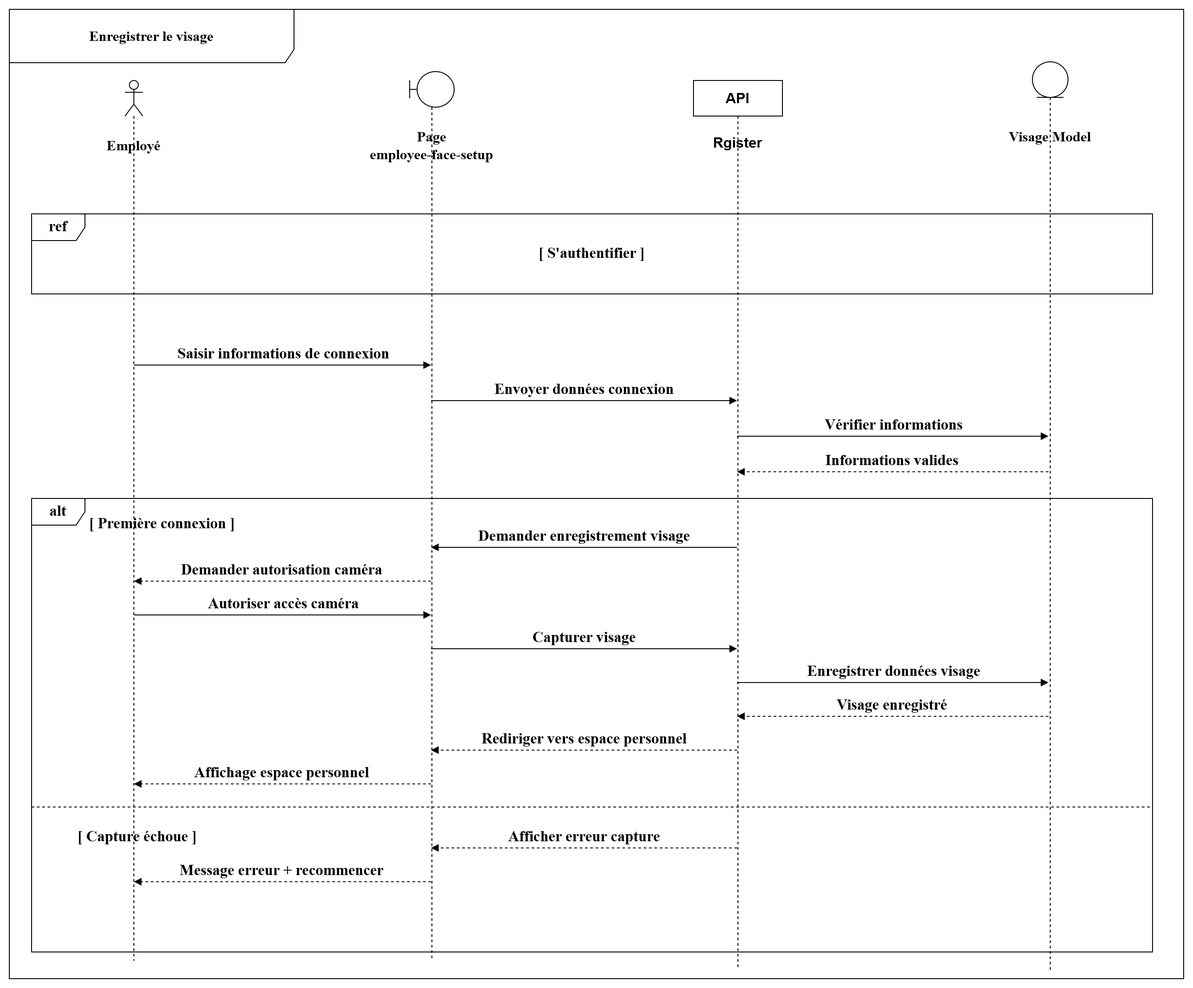
The draw.io diagram projet/images/digf/ss2/enregister_visage.png in louu7895/pfe, before a commit. Source tidied: cells renumbered, new cells last; positions are measured from the earlier drawing's top-left corner, leaving out a move shared by most shapes.
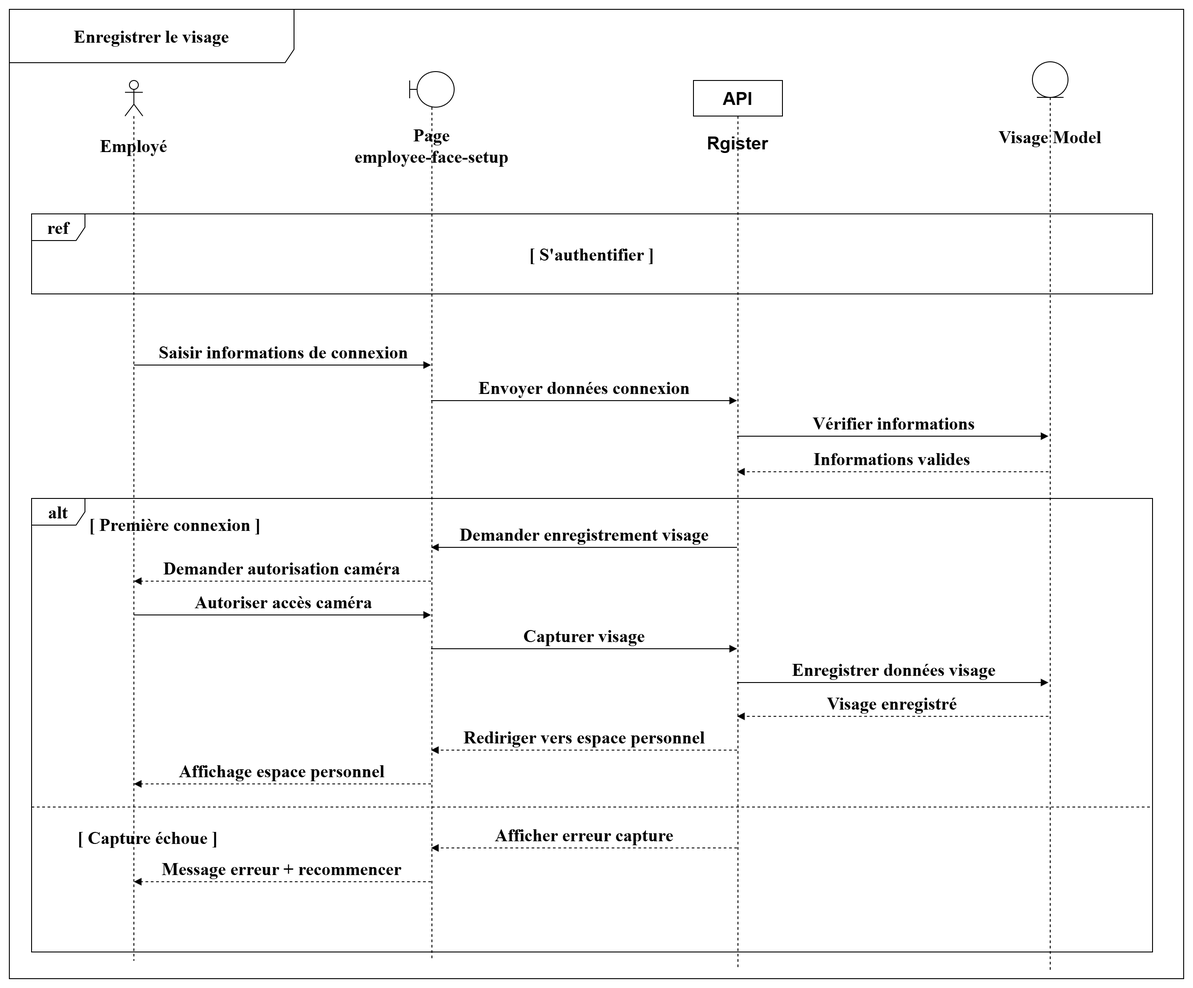
Later version of the same file.

The edit, as a diff of the source:
```diff
@@ -2,133 +2,133 @@
   <root>
     <mxCell id="0" />
     <mxCell id="1" parent="0" />
-    <mxCell id="2" style="shape=umlLifeline;perimeter=lifelinePerimeter;whiteSpace=wrap;html=1;newEdgeStyle={&quot;curved&quot;:0,&quot;rounded&quot;:0};participant=umlActor;fontSize=16;fontFamily=Times New Roman;fontStyle=1;" parent="1" vertex="1">
+    <mxCell id="2" style="shape=umlLifeline;perimeter=lifelinePerimeter;whiteSpace=wrap;html=1;newEdgeStyle={&quot;curved&quot;:0,&quot;rounded&quot;:0};participant=umlActor;fontSize=20;fontFamily=Times New Roman;fontStyle=1;" parent="1" vertex="1">
       <mxGeometry x="130" y="80" width="20" height="990" as="geometry" />
     </mxCell>
-    <mxCell id="3" style="shape=umlLifeline;perimeter=lifelinePerimeter;whiteSpace=wrap;html=1;newEdgeStyle={&quot;curved&quot;:0,&quot;rounded&quot;:0};participant=umlBoundary;fontSize=16;fontFamily=Times New Roman;fontStyle=1;" parent="1" vertex="1">
+    <mxCell id="3" style="shape=umlLifeline;perimeter=lifelinePerimeter;whiteSpace=wrap;html=1;newEdgeStyle={&quot;curved&quot;:0,&quot;rounded&quot;:0};participant=umlBoundary;fontSize=20;fontFamily=Times New Roman;fontStyle=1;" parent="1" vertex="1">
       <mxGeometry x="450" y="70" width="50" height="1000" as="geometry" />
     </mxCell>
-    <mxCell id="4" style="shape=umlLifeline;perimeter=lifelinePerimeter;whiteSpace=wrap;html=1;newEdgeStyle={&quot;curved&quot;:0,&quot;rounded&quot;:0};participant=umlEntity;fontSize=16;fontFamily=Times New Roman;fontStyle=1;" parent="1" vertex="1">
+    <mxCell id="4" style="shape=umlLifeline;perimeter=lifelinePerimeter;whiteSpace=wrap;html=1;newEdgeStyle={&quot;curved&quot;:0,&quot;rounded&quot;:0};participant=umlEntity;fontSize=20;fontFamily=Times New Roman;fontStyle=1;" parent="1" vertex="1">
       <mxGeometry x="1150" y="59" width="40" height="1021" as="geometry" />
     </mxCell>
-    <mxCell id="5" value="Employé" style="text;html=1;whiteSpace=wrap;strokeColor=none;fillColor=none;align=center;verticalAlign=middle;rounded=0;fontSize=16;fontStyle=1;fontFamily=Times New Roman;" parent="1" vertex="1">
+    <mxCell id="5" value="Employé" style="text;html=1;whiteSpace=wrap;strokeColor=none;fillColor=none;align=center;verticalAlign=middle;rounded=0;fontSize=20;fontStyle=1;fontFamily=Times New Roman;" parent="1" vertex="1">
       <mxGeometry x="75" y="140" width="130" height="25" as="geometry" />
     </mxCell>
-    <mxCell id="6" value="Page&lt;div&gt;employee-face-setup&lt;/div&gt;" style="text;html=1;whiteSpace=wrap;strokeColor=none;fillColor=none;align=center;verticalAlign=middle;rounded=0;fontSize=16;fontStyle=1;fontFamily=Times New Roman;" parent="1" vertex="1">
+    <mxCell id="6" value="Page&lt;div&gt;employee-face-setup&lt;/div&gt;" style="text;html=1;whiteSpace=wrap;strokeColor=none;fillColor=none;align=center;verticalAlign=middle;rounded=0;fontSize=20;fontStyle=1;fontFamily=Times New Roman;" parent="1" vertex="1">
       <mxGeometry x="350" y="140" width="250" height="25" as="geometry" />
     </mxCell>
-    <mxCell id="7" value="Visage Model" style="text;html=1;whiteSpace=wrap;strokeColor=none;fillColor=none;align=center;verticalAlign=middle;rounded=0;fontSize=16;fontStyle=1;fontFamily=Times New Roman;" parent="1" vertex="1">
+    <mxCell id="7" value="Visage Model" style="text;html=1;whiteSpace=wrap;strokeColor=none;fillColor=none;align=center;verticalAlign=middle;rounded=0;fontSize=20;fontStyle=1;fontFamily=Times New Roman;" parent="1" vertex="1">
       <mxGeometry x="1105" y="130" width="130" height="25" as="geometry" />
     </mxCell>
-    <mxCell id="8" value="Enregistrer le visage" style="shape=umlFrame;whiteSpace=wrap;html=1;width=320;height=60;fontSize=16;fontFamily=Times New Roman;fontStyle=1;" parent="1" vertex="1">
+    <mxCell id="8" value="Enregistrer le visage" style="shape=umlFrame;whiteSpace=wrap;html=1;width=320;height=60;fontSize=20;fontFamily=Times New Roman;fontStyle=1;" parent="1" vertex="1">
       <mxGeometry width="1320" height="1090" as="geometry" />
     </mxCell>
-    <mxCell id="9" value="ref" style="shape=umlFrame;whiteSpace=wrap;html=1;fontSize=17;fontFamily=Times New Roman;fontStyle=1;" parent="1" vertex="1">
+    <mxCell id="9" value="ref" style="shape=umlFrame;whiteSpace=wrap;html=1;fontSize=20;fontFamily=Times New Roman;fontStyle=1;" parent="1" vertex="1">
       <mxGeometry x="25" y="230" width="1260" height="90" as="geometry" />
     </mxCell>
-    <mxCell id="10" value="[ S'authentifier ]" style="text;html=1;whiteSpace=wrap;strokeColor=none;fillColor=none;align=center;verticalAlign=middle;rounded=0;fontSize=17;fontStyle=1;fontFamily=Times New Roman;" parent="1" vertex="1">
+    <mxCell id="10" value="[ S'authentifier ]" style="text;html=1;whiteSpace=wrap;strokeColor=none;fillColor=none;align=center;verticalAlign=middle;rounded=0;fontSize=20;fontStyle=1;fontFamily=Times New Roman;" parent="1" vertex="1">
       <mxGeometry x="555" y="260" width="200" height="30" as="geometry" />
     </mxCell>
-    <mxCell id="11" value="Saisir informations de connexion" style="html=1;verticalAlign=bottom;endArrow=block;curved=0;rounded=0;fontSize=17;fontFamily=Times New Roman;fontStyle=1;" parent="1" edge="1">
+    <mxCell id="11" value="Saisir informations de connexion" style="html=1;verticalAlign=bottom;endArrow=block;curved=0;rounded=0;fontSize=20;fontFamily=Times New Roman;fontStyle=1;" parent="1" edge="1">
       <mxGeometry relative="1" as="geometry">
         <mxPoint x="140" y="400" as="sourcePoint" />
         <mxPoint x="474" y="400" as="targetPoint" />
       </mxGeometry>
     </mxCell>
-    <mxCell id="12" value="Envoyer données connexion" style="html=1;verticalAlign=bottom;endArrow=block;curved=0;rounded=0;fontSize=17;fontFamily=Times New Roman;fontStyle=1;" parent="1" edge="1">
+    <mxCell id="12" value="Envoyer données connexion" style="html=1;verticalAlign=bottom;endArrow=block;curved=0;rounded=0;fontSize=20;fontFamily=Times New Roman;fontStyle=1;" parent="1" edge="1">
       <mxGeometry relative="1" as="geometry">
         <mxPoint x="474" y="440" as="sourcePoint" />
         <mxPoint x="818" y="440" as="targetPoint" />
       </mxGeometry>
     </mxCell>
-    <mxCell id="13" value="Vérifier informations" style="html=1;verticalAlign=bottom;endArrow=block;curved=0;rounded=0;fontSize=17;fontFamily=Times New Roman;fontStyle=1;" parent="1" edge="1">
+    <mxCell id="13" value="Vérifier informations" style="html=1;verticalAlign=bottom;endArrow=block;curved=0;rounded=0;fontSize=20;fontFamily=Times New Roman;fontStyle=1;" parent="1" edge="1">
       <mxGeometry relative="1" as="geometry">
         <mxPoint x="818" y="480" as="sourcePoint" />
         <mxPoint x="1168" y="480" as="targetPoint" />
       </mxGeometry>
     </mxCell>
-    <mxCell id="14" value="Informations valides" style="html=1;verticalAlign=bottom;endArrow=block;curved=1;rounded=0;dashed=1;fontSize=17;fontFamily=Times New Roman;fontStyle=1;" parent="1" edge="1">
+    <mxCell id="14" value="Informations valides" style="html=1;verticalAlign=bottom;endArrow=block;curved=1;rounded=0;dashed=1;fontSize=20;fontFamily=Times New Roman;fontStyle=1;" parent="1" edge="1">
       <mxGeometry relative="1" as="geometry">
         <mxPoint x="1168" y="520" as="sourcePoint" />
         <mxPoint x="818" y="520" as="targetPoint" />
       </mxGeometry>
     </mxCell>
-    <mxCell id="15" value="alt" style="shape=umlFrame;whiteSpace=wrap;html=1;fontSize=17;fontFamily=Times New Roman;fontStyle=1;" parent="1" vertex="1">
+    <mxCell id="15" value="alt" style="shape=umlFrame;whiteSpace=wrap;html=1;fontSize=20;fontFamily=Times New Roman;fontStyle=1;" parent="1" vertex="1">
       <mxGeometry x="25" y="550" width="1260" height="510" as="geometry" />
     </mxCell>
-    <mxCell id="16" value="[ Première connexion ]" style="text;html=1;whiteSpace=wrap;strokeColor=none;fillColor=none;align=left;verticalAlign=middle;rounded=0;fontSize=17;fontStyle=1;fontFamily=Times New Roman;" parent="1" vertex="1">
+    <mxCell id="16" value="[ Première connexion ]" style="text;html=1;whiteSpace=wrap;strokeColor=none;fillColor=none;align=left;verticalAlign=middle;rounded=0;fontSize=20;fontStyle=1;fontFamily=Times New Roman;" parent="1" vertex="1">
       <mxGeometry x="88" y="566" width="220" height="25" as="geometry" />
     </mxCell>
-    <mxCell id="17" value="Demander enregistrement visage" style="html=1;verticalAlign=bottom;endArrow=block;curved=0;rounded=0;fontSize=17;fontFamily=Times New Roman;fontStyle=1;" parent="1" edge="1">
+    <mxCell id="17" value="Demander enregistrement visage" style="html=1;verticalAlign=bottom;endArrow=block;curved=0;rounded=0;fontSize=20;fontFamily=Times New Roman;fontStyle=1;" parent="1" edge="1">
       <mxGeometry relative="1" as="geometry">
         <mxPoint x="818" y="605" as="sourcePoint" />
         <mxPoint x="474" y="605" as="targetPoint" />
       </mxGeometry>
     </mxCell>
-    <mxCell id="18" value="Demander autorisation caméra" style="html=1;verticalAlign=bottom;endArrow=block;curved=1;rounded=0;dashed=1;fontSize=17;fontFamily=Times New Roman;fontStyle=1;" parent="1" edge="1">
+    <mxCell id="18" value="Demander autorisation caméra" style="html=1;verticalAlign=bottom;endArrow=block;curved=1;rounded=0;dashed=1;fontSize=20;fontFamily=Times New Roman;fontStyle=1;" parent="1" edge="1">
       <mxGeometry relative="1" as="geometry">
         <mxPoint x="474" y="643" as="sourcePoint" />
         <mxPoint x="140" y="643" as="targetPoint" />
       </mxGeometry>
     </mxCell>
-    <mxCell id="19" value="Autoriser accès caméra" style="html=1;verticalAlign=bottom;endArrow=block;curved=0;rounded=0;fontSize=17;fontFamily=Times New Roman;fontStyle=1;" parent="1" edge="1">
+    <mxCell id="19" value="Autoriser accès caméra" style="html=1;verticalAlign=bottom;endArrow=block;curved=0;rounded=0;fontSize=20;fontFamily=Times New Roman;fontStyle=1;" parent="1" edge="1">
       <mxGeometry relative="1" as="geometry">
         <mxPoint x="140" y="681" as="sourcePoint" />
         <mxPoint x="474" y="681" as="targetPoint" />
       </mxGeometry>
     </mxCell>
-    <mxCell id="20" value="Capturer visage" style="html=1;verticalAlign=bottom;endArrow=block;curved=0;rounded=0;fontSize=17;fontFamily=Times New Roman;fontStyle=1;" parent="1" edge="1">
+    <mxCell id="20" value="Capturer visage" style="html=1;verticalAlign=bottom;endArrow=block;curved=0;rounded=0;fontSize=20;fontFamily=Times New Roman;fontStyle=1;" parent="1" edge="1">
       <mxGeometry relative="1" as="geometry">
         <mxPoint x="474" y="719" as="sourcePoint" />
         <mxPoint x="818" y="719" as="targetPoint" />
       </mxGeometry>
     </mxCell>
-    <mxCell id="21" value="Enregistrer données visage" style="html=1;verticalAlign=bottom;endArrow=block;curved=0;rounded=0;fontSize=17;fontFamily=Times New Roman;fontStyle=1;" parent="1" edge="1">
+    <mxCell id="21" value="Enregistrer données visage" style="html=1;verticalAlign=bottom;endArrow=block;curved=0;rounded=0;fontSize=20;fontFamily=Times New Roman;fontStyle=1;" parent="1" edge="1">
       <mxGeometry relative="1" as="geometry">
         <mxPoint x="818" y="757" as="sourcePoint" />
         <mxPoint x="1168" y="757" as="targetPoint" />
       </mxGeometry>
     </mxCell>
-    <mxCell id="22" value="Visage enregistré" style="html=1;verticalAlign=bottom;endArrow=block;curved=1;rounded=0;dashed=1;fontSize=17;fontFamily=Times New Roman;fontStyle=1;" parent="1" edge="1">
+    <mxCell id="22" value="Visage enregistré" style="html=1;verticalAlign=bottom;endArrow=block;curved=1;rounded=0;dashed=1;fontSize=20;fontFamily=Times New Roman;fontStyle=1;" parent="1" edge="1">
       <mxGeometry relative="1" as="geometry">
         <mxPoint x="1168" y="795" as="sourcePoint" />
         <mxPoint x="818" y="795" as="targetPoint" />
       </mxGeometry>
     </mxCell>
-    <mxCell id="23" value="Rediriger vers espace personnel" style="html=1;verticalAlign=bottom;endArrow=block;curved=1;rounded=0;dashed=1;fontSize=17;fontFamily=Times New Roman;fontStyle=1;" parent="1" edge="1">
+    <mxCell id="23" value="Rediriger vers espace personnel" style="html=1;verticalAlign=bottom;endArrow=block;curved=1;rounded=0;dashed=1;fontSize=20;fontFamily=Times New Roman;fontStyle=1;" parent="1" edge="1">
       <mxGeometry relative="1" as="geometry">
         <mxPoint x="818" y="833" as="sourcePoint" />
         <mxPoint x="474" y="833" as="targetPoint" />
       </mxGeometry>
     </mxCell>
-    <mxCell id="24" value="Affichage espace personnel" style="html=1;verticalAlign=bottom;endArrow=block;curved=1;rounded=0;dashed=1;fontSize=17;fontFamily=Times New Roman;fontStyle=1;" parent="1" edge="1">
+    <mxCell id="24" value="Affichage espace personnel" style="html=1;verticalAlign=bottom;endArrow=block;curved=1;rounded=0;dashed=1;fontSize=20;fontFamily=Times New Roman;fontStyle=1;" parent="1" edge="1">
       <mxGeometry relative="1" as="geometry">
         <mxPoint x="474" y="871" as="sourcePoint" />
         <mxPoint x="140" y="871" as="targetPoint" />
       </mxGeometry>
     </mxCell>
-    <mxCell id="25" style="line;strokeWidth=1;fillColor=none;align=left;verticalAlign=middle;spacingTop=-1;spacingLeft=3;spacingRight=3;labelPosition=right;strokeColor=inherit;dashed=1;fontSize=17;fontFamily=Times New Roman;fontStyle=1;" parent="1" vertex="1">
+    <mxCell id="25" style="line;strokeWidth=1;fillColor=none;align=left;verticalAlign=middle;spacingTop=-1;spacingLeft=3;spacingRight=3;labelPosition=right;strokeColor=inherit;dashed=1;fontSize=20;fontFamily=Times New Roman;fontStyle=1;" parent="1" vertex="1">
       <mxGeometry x="25" y="893" width="1260" height="8" as="geometry" />
     </mxCell>
-    <mxCell id="26" value="[ Capture échoue ]" style="text;html=1;whiteSpace=wrap;strokeColor=none;fillColor=none;align=left;verticalAlign=middle;rounded=0;fontSize=17;fontStyle=1;fontFamily=Times New Roman;" parent="1" vertex="1">
+    <mxCell id="26" value="[ Capture échoue ]" style="text;html=1;whiteSpace=wrap;strokeColor=none;fillColor=none;align=left;verticalAlign=middle;rounded=0;fontSize=20;fontStyle=1;fontFamily=Times New Roman;" parent="1" vertex="1">
       <mxGeometry x="75" y="918" width="180" height="25" as="geometry" />
     </mxCell>
-    <mxCell id="27" value="Afficher erreur capture" style="html=1;verticalAlign=bottom;endArrow=block;curved=1;rounded=0;dashed=1;fontSize=17;fontFamily=Times New Roman;fontStyle=1;" parent="1" edge="1">
+    <mxCell id="27" value="Afficher erreur capture" style="html=1;verticalAlign=bottom;endArrow=block;curved=1;rounded=0;dashed=1;fontSize=20;fontFamily=Times New Roman;fontStyle=1;" parent="1" edge="1">
       <mxGeometry relative="1" as="geometry">
         <mxPoint x="818" y="943" as="sourcePoint" />
         <mxPoint x="474" y="943" as="targetPoint" />
       </mxGeometry>
     </mxCell>
-    <mxCell id="28" value="Message erreur + recommencer" style="html=1;verticalAlign=bottom;endArrow=block;curved=1;rounded=0;dashed=1;fontSize=17;fontFamily=Times New Roman;fontStyle=1;" parent="1" edge="1">
+    <mxCell id="28" value="Message erreur + recommencer" style="html=1;verticalAlign=bottom;endArrow=block;curved=1;rounded=0;dashed=1;fontSize=20;fontFamily=Times New Roman;fontStyle=1;" parent="1" edge="1">
       <mxGeometry relative="1" as="geometry">
         <mxPoint x="474" y="981" as="sourcePoint" />
         <mxPoint x="140" y="981" as="targetPoint" />
       </mxGeometry>
     </mxCell>
-    <mxCell id="29" value="API" style="shape=umlLifeline;perimeter=lifelinePerimeter;whiteSpace=wrap;html=1;newEdgeStyle={&quot;curved&quot;:0,&quot;rounded&quot;:0};fontSize=16;fontStyle=1;" parent="1" vertex="1">
+    <mxCell id="29" value="API" style="shape=umlLifeline;perimeter=lifelinePerimeter;whiteSpace=wrap;html=1;newEdgeStyle={&quot;curved&quot;:0,&quot;rounded&quot;:0};fontSize=20;fontStyle=1;" parent="1" vertex="1">
       <mxGeometry x="769" y="80" width="100" height="1000" as="geometry" />
     </mxCell>
-    <mxCell id="30" value="Rgister" style="text;html=1;whiteSpace=wrap;strokeColor=none;fillColor=none;align=center;verticalAlign=middle;rounded=0;fontSize=16;fontStyle=1;" parent="1" vertex="1">
+    <mxCell id="30" value="Rgister" style="text;html=1;whiteSpace=wrap;strokeColor=none;fillColor=none;align=center;verticalAlign=middle;rounded=0;fontSize=20;fontStyle=1;" parent="1" vertex="1">
       <mxGeometry x="789" y="135" width="60" height="30" as="geometry" />
     </mxCell>
   </root>
```
